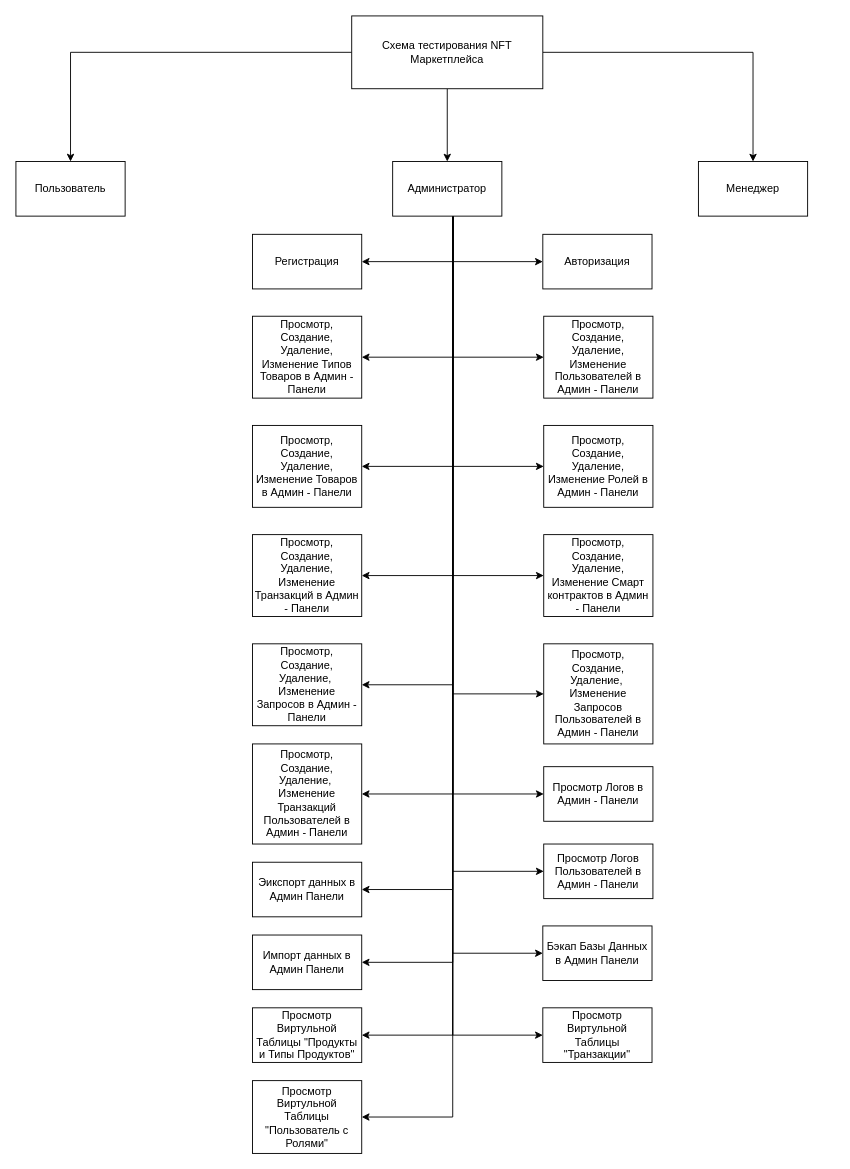
This is test-process_scheme.drawio from slsforme/ton_market_django, a draw.io file, before an edit. Source tidied: cells renumbered, new cells numbered last; positions are measured from the earlier drawing's top-left corner, leaving out a move shared by most shapes. Both pictures are drawn from the tidied source at 91%, with x=0, y=0 at pixel (15, 15).
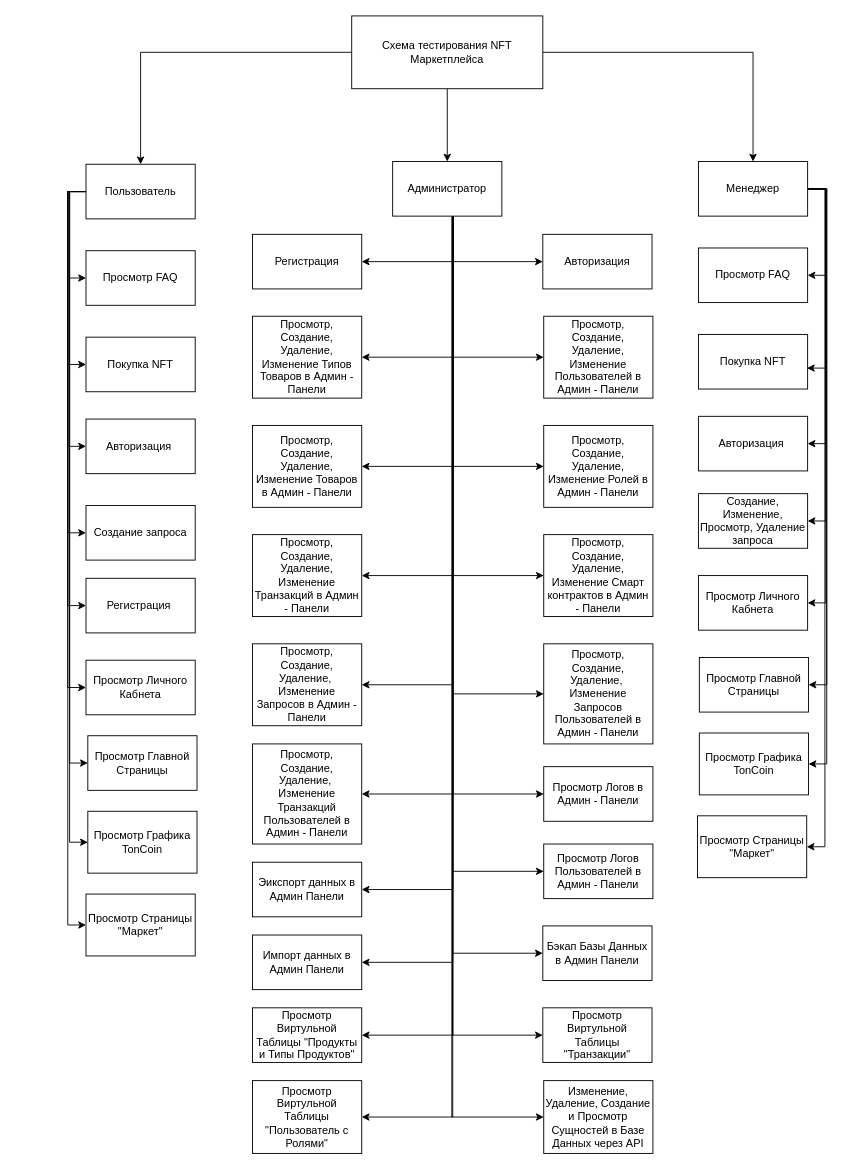
After the change.

The change refers to these unchanged cells:
```xml
<mxCell id="7" value="Менеджер" style="rounded=0;whiteSpace=wrap;html=1;" parent="1" vertex="1">
  <mxGeometry x="750" y="160" width="120" height="60" as="geometry" />
</mxCell>
<mxCell id="27" value="Администратор" style="rounded=0;whiteSpace=wrap;html=1;" parent="1" vertex="1">
  <mxGeometry x="414" y="160" width="120" height="60" as="geometry" />
</mxCell>
```

What changed in the source:
```diff
@@
+    <mxCell id="47" style="edgeStyle=orthogonalEdgeStyle;rounded=0;jettySize=auto;html=1;entryX=0;entryY=0.5;entryDx=0;entryDy=0;" parent="1" edge="1" source="6" target="65">
+      <mxGeometry relative="1" as="geometry">
+        <Array as="points">
+          <mxPoint x="57" y="193" />
+          <mxPoint x="57" y="288" />
+        </Array>
+      </mxGeometry>
+    </mxCell>
+    <mxCell id="48" style="edgeStyle=orthogonalEdgeStyle;rounded=0;jettySize=auto;html=1;entryX=0;entryY=0.5;entryDx=0;entryDy=0;" parent="1" edge="1" source="6" target="66">
+      <mxGeometry relative="1" as="geometry">
+        <Array as="points">
+          <mxPoint x="57" y="193" />
+          <mxPoint x="57" y="383" />
+        </Array>
+      </mxGeometry>
+    </mxCell>
+    <mxCell id="49" style="edgeStyle=orthogonalEdgeStyle;rounded=0;jettySize=auto;html=1;entryX=0;entryY=0.5;entryDx=0;entryDy=0;" parent="1" edge="1" source="6" target="67">
+      <mxGeometry relative="1" as="geometry">
+        <Array as="points">
+          <mxPoint x="57" y="193" />
+          <mxPoint x="57" y="473" />
+        </Array>
+      </mxGeometry>
+    </mxCell>
+    <mxCell id="50" style="edgeStyle=orthogonalEdgeStyle;rounded=0;jettySize=auto;html=1;entryX=0;entryY=0.5;entryDx=0;entryDy=0;" parent="1" edge="1" source="6" target="64">
+      <mxGeometry relative="1" as="geometry">
+        <Array as="points">
+          <mxPoint x="57" y="193" />
+          <mxPoint x="57" y="568" />
+        </Array>
+      </mxGeometry>
+    </mxCell>
+    <mxCell id="51" style="edgeStyle=orthogonalEdgeStyle;rounded=0;jettySize=auto;html=1;entryX=0;entryY=0.5;entryDx=0;entryDy=0;" parent="1" edge="1" source="6" target="72">
+      <mxGeometry relative="1" as="geometry">
+        <Array as="points">
+          <mxPoint x="57" y="193" />
+          <mxPoint x="57" y="648" />
+        </Array>
+      </mxGeometry>
+    </mxCell>
+    <mxCell id="52" style="edgeStyle=orthogonalEdgeStyle;rounded=0;jettySize=auto;html=1;entryX=0;entryY=0.5;entryDx=0;entryDy=0;" parent="1" edge="1" source="6" target="74">
+      <mxGeometry relative="1" as="geometry">
+        <Array as="points">
+          <mxPoint x="57" y="193" />
+          <mxPoint x="57" y="738" />
+        </Array>
+      </mxGeometry>
+    </mxCell>
+    <mxCell id="53" style="edgeStyle=orthogonalEdgeStyle;rounded=0;jettySize=auto;html=1;entryX=0;entryY=0.5;entryDx=0;entryDy=0;" parent="1" edge="1" source="6" target="77">
+      <mxGeometry relative="1" as="geometry">
+        <Array as="points">
+          <mxPoint x="59" y="193" />
+          <mxPoint x="59" y="821" />
+        </Array>
+      </mxGeometry>
+    </mxCell>
+    <mxCell id="54" style="edgeStyle=orthogonalEdgeStyle;rounded=0;jettySize=auto;html=1;entryX=0;entryY=0.5;entryDx=0;entryDy=0;" parent="1" edge="1" source="6" target="78">
+      <mxGeometry relative="1" as="geometry">
+        <Array as="points">
+          <mxPoint x="59" y="193" />
+          <mxPoint x="59" y="908" />
+        </Array>
+      </mxGeometry>
+    </mxCell>
+    <mxCell id="55" style="edgeStyle=orthogonalEdgeStyle;rounded=0;jettySize=auto;html=1;entryX=0;entryY=0.5;entryDx=0;entryDy=0;" parent="1" edge="1" source="6" target="79">
+      <mxGeometry relative="1" as="geometry">
+        <Array as="points">
+          <mxPoint x="57" y="193" />
+          <mxPoint x="57" y="999" />
+        </Array>
+      </mxGeometry>
+    </mxCell>
     <mxCell id="6" value="Пользователь" style="rounded=0;whiteSpace=wrap;html=1;" parent="1" vertex="1">
-      <mxGeometry y="160" width="120" height="60" as="geometry" />
+      <mxGeometry x="77" y="163" width="120" height="60" as="geometry" />
     </mxCell>
+    <mxCell id="56" style="edgeStyle=orthogonalEdgeStyle;rounded=0;jettySize=auto;html=1;entryX=1;entryY=0.5;entryDx=0;entryDy=0;" parent="1" edge="1" source="7" target="68">
+      <mxGeometry relative="1" as="geometry">
+        <Array as="points">
+          <mxPoint x="890" y="190" />
+          <mxPoint x="890" y="285" />
+        </Array>
+      </mxGeometry>
+    </mxCell>
+    <mxCell id="57" style="edgeStyle=orthogonalEdgeStyle;rounded=0;jettySize=auto;html=1;entryX=1;entryY=0.5;entryDx=0;entryDy=0;" parent="1" edge="1" source="7" target="70">
+      <mxGeometry relative="1" as="geometry">
+        <Array as="points">
+          <mxPoint x="890" y="190" />
+          <mxPoint x="890" y="470" />
+        </Array>
+      </mxGeometry>
+    </mxCell>
+    <mxCell id="58" style="edgeStyle=orthogonalEdgeStyle;rounded=0;jettySize=auto;html=1;entryX=1;entryY=0.5;entryDx=0;entryDy=0;" parent="1" edge="1" source="7" target="71">
+      <mxGeometry relative="1" as="geometry">
+        <Array as="points">
+          <mxPoint x="890" y="190" />
+          <mxPoint x="890" y="555" />
+        </Array>
+      </mxGeometry>
+    </mxCell>
+    <mxCell id="59" style="edgeStyle=orthogonalEdgeStyle;rounded=0;jettySize=auto;html=1;entryX=1;entryY=0.5;entryDx=0;entryDy=0;" parent="1" edge="1" source="7" target="73">
+      <mxGeometry relative="1" as="geometry">
+        <Array as="points">
+          <mxPoint x="890" y="190" />
+          <mxPoint x="890" y="645" />
+        </Array>
+      </mxGeometry>
+    </mxCell>
+    <mxCell id="60" style="edgeStyle=orthogonalEdgeStyle;rounded=0;jettySize=auto;html=1;entryX=1;entryY=0.5;entryDx=0;entryDy=0;" parent="1" edge="1" source="7" target="80">
+      <mxGeometry relative="1" as="geometry">
+        <Array as="points">
+          <mxPoint x="891" y="190" />
+          <mxPoint x="891" y="735" />
+        </Array>
+      </mxGeometry>
+    </mxCell>
+    <mxCell id="61" style="edgeStyle=orthogonalEdgeStyle;rounded=0;jettySize=auto;html=1;entryX=1;entryY=0.5;entryDx=0;entryDy=0;" parent="1" edge="1" source="7" target="81">
+      <mxGeometry relative="1" as="geometry">
+        <Array as="points">
+          <mxPoint x="891" y="190" />
+          <mxPoint x="891" y="822" />
+        </Array>
+      </mxGeometry>
+    </mxCell>
+    <mxCell id="62" style="edgeStyle=orthogonalEdgeStyle;rounded=0;jettySize=auto;html=1;entryX=1;entryY=0.5;entryDx=0;entryDy=0;" parent="1" edge="1" source="7" target="82">
+      <mxGeometry relative="1" as="geometry">
+        <Array as="points">
+          <mxPoint x="889" y="190" />
+          <mxPoint x="889" y="913" />
+        </Array>
+      </mxGeometry>
+    </mxCell>
@@
+    <mxCell id="63" style="edgeStyle=orthogonalEdgeStyle;rounded=0;jettySize=auto;html=1;entryX=0;entryY=0.5;entryDx=0;entryDy=0;" parent="1" edge="1" source="27" target="76">
+      <mxGeometry relative="1" as="geometry">
+        <Array as="points">
+          <mxPoint x="479" y="1210" />
+        </Array>
+      </mxGeometry>
+    </mxCell>
@@
+    <mxCell id="64" value="Создание запроса" style="rounded=0;whiteSpace=wrap;html=1;" parent="1" vertex="1">
+      <mxGeometry x="77" y="538" width="120" height="60" as="geometry" />
+    </mxCell>
+    <mxCell id="65" value="Просмотр FAQ" style="rounded=0;whiteSpace=wrap;html=1;" parent="1" vertex="1">
+      <mxGeometry x="77" y="258" width="120" height="60" as="geometry" />
+    </mxCell>
+    <mxCell id="66" value="Покупка NFT" style="rounded=0;whiteSpace=wrap;html=1;" parent="1" vertex="1">
+      <mxGeometry x="77" y="353" width="120" height="60" as="geometry" />
+    </mxCell>
+    <mxCell id="67" value="Авторизация&amp;nbsp;" style="rounded=0;whiteSpace=wrap;html=1;" parent="1" vertex="1">
+      <mxGeometry x="77" y="443" width="120" height="60" as="geometry" />
+    </mxCell>
+    <mxCell id="68" value="Просмотр FAQ" style="rounded=0;whiteSpace=wrap;html=1;" parent="1" vertex="1">
+      <mxGeometry x="750" y="255" width="120" height="60" as="geometry" />
+    </mxCell>
+    <mxCell id="69" value="Покупка NFT" style="rounded=0;whiteSpace=wrap;html=1;" parent="1" vertex="1">
+      <mxGeometry x="750" y="350" width="120" height="60" as="geometry" />
+    </mxCell>
+    <mxCell id="70" value="Авторизация&amp;nbsp;" style="rounded=0;whiteSpace=wrap;html=1;" parent="1" vertex="1">
+      <mxGeometry x="750" y="440" width="120" height="60" as="geometry" />
+    </mxCell>
+    <mxCell id="71" value="Создание, Изменение, Просмотр, Удаление запроса" style="rounded=0;whiteSpace=wrap;html=1;" parent="1" vertex="1">
+      <mxGeometry x="750" y="525" width="120" height="60" as="geometry" />
+    </mxCell>
+    <mxCell id="72" value="Регистрация&amp;nbsp;" style="rounded=0;whiteSpace=wrap;html=1;" parent="1" vertex="1">
+      <mxGeometry x="77" y="618" width="120" height="60" as="geometry" />
+    </mxCell>
+    <mxCell id="73" value="Просмотр Личного Кабнета" style="rounded=0;whiteSpace=wrap;html=1;" parent="1" vertex="1">
+      <mxGeometry x="750" y="615" width="120" height="60" as="geometry" />
+    </mxCell>
+    <mxCell id="74" value="Просмотр Личного Кабнета" style="rounded=0;whiteSpace=wrap;html=1;" parent="1" vertex="1">
+      <mxGeometry x="77" y="708" width="120" height="60" as="geometry" />
+    </mxCell>
+    <mxCell id="75" style="edgeStyle=orthogonalEdgeStyle;rounded=0;jettySize=auto;html=1;entryX=0.994;entryY=0.617;entryDx=0;entryDy=0;entryPerimeter=0;" parent="1" edge="1" source="7" target="69">
+      <mxGeometry relative="1" as="geometry">
+        <Array as="points">
+          <mxPoint x="890" y="190" />
+          <mxPoint x="890" y="387" />
+        </Array>
+      </mxGeometry>
+    </mxCell>
+    <mxCell id="76" value="Изменение, Удаление, Создание и Просмотр Сущностей в Базе Данных через API" style="rounded=0;whiteSpace=wrap;html=1;" parent="1" vertex="1">
+      <mxGeometry x="580" y="1170" width="120" height="80" as="geometry" />
+    </mxCell>
+    <mxCell id="77" value="Просмотр Главной Страницы" style="rounded=0;whiteSpace=wrap;html=1;" parent="1" vertex="1">
+      <mxGeometry x="79" y="791" width="120" height="60" as="geometry" />
+    </mxCell>
+    <mxCell id="78" value="Просмотр Графика TonCoin" style="rounded=0;whiteSpace=wrap;html=1;" parent="1" vertex="1">
+      <mxGeometry x="79" y="874" width="120" height="68" as="geometry" />
+    </mxCell>
+    <mxCell id="79" value="Просмотр Страницы &quot;Маркет&quot;" style="rounded=0;whiteSpace=wrap;html=1;" parent="1" vertex="1">
+      <mxGeometry x="77" y="965" width="120" height="68" as="geometry" />
+    </mxCell>
+    <mxCell id="80" value="Просмотр Главной Страницы" style="rounded=0;whiteSpace=wrap;html=1;" parent="1" vertex="1">
+      <mxGeometry x="751" y="705" width="120" height="60" as="geometry" />
+    </mxCell>
+    <mxCell id="81" value="Просмотр Графика TonCoin" style="rounded=0;whiteSpace=wrap;html=1;" parent="1" vertex="1">
+      <mxGeometry x="751" y="788" width="120" height="68" as="geometry" />
+    </mxCell>
+    <mxCell id="82" value="Просмотр Страницы &quot;Маркет&quot;" style="rounded=0;whiteSpace=wrap;html=1;" parent="1" vertex="1">
+      <mxGeometry x="749" y="879" width="120" height="68" as="geometry" />
+    </mxCell>
```
